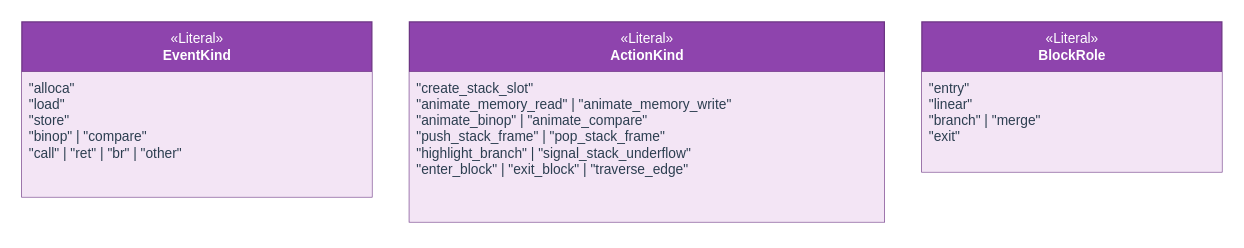
ahmedzubair16dec/LLVManim keeps this draw.io diagram as page "04a Literal Types" (2 of 5) of images/architecture/04_data_model/04_data_model.drawio. Above is the earlier version. Source tidied: cells renumbered, new cells numbered last; positions are measured from the earlier drawing's top-left corner, leaving out a move shared by most shapes. Both pictures are drawn from the tidied source at 125%, with x=0, y=0 at pixel (21, 21).
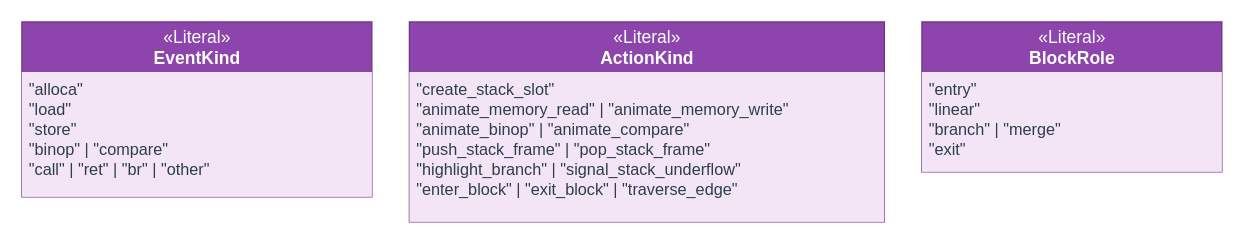
After the change.

Diff of the diagram source:
```diff
@@
 <mxGraphModel>
   <root>
     <mxCell id="0" />
     <mxCell id="1" parent="0" />
-    <mxCell id="2" value="«Literal»&lt;br&gt;&lt;b&gt;EventKind&lt;/b&gt;" style="swimlane;fontStyle=0;align=center;startSize=40;fillColor=#8e44ad;swimlaneLine=1;html=1;strokeColor=#6c3483;fontColor=#FFFFFF;fontFamily=Helvetica;fontSize=11;rounded=0;" parent="1" vertex="1">
+    <mxCell id="2" value="«Literal»&lt;br&gt;&lt;b&gt;EventKind&lt;/b&gt;" style="swimlane;fontStyle=0;align=center;startSize=40;fillColor=#8e44ad;swimlaneLine=1;html=1;strokeColor=#6c3483;fontColor=#FFFFFF;fontFamily=Helvetica;fontSize=14;rounded=0;" parent="1" vertex="1">
       <mxGeometry width="280" height="140" as="geometry" />
     </mxCell>
-    <mxCell id="3" value="&quot;alloca&quot;&#10;&quot;load&quot;&#10;&quot;store&quot;&#10;&quot;binop&quot; | &quot;compare&quot;&#10;&quot;call&quot; | &quot;ret&quot; | &quot;br&quot; | &quot;other&quot;" style="text;fillColor=#f3e5f5;strokeColor=none;align=left;verticalAlign=top;spacingLeft=4;spacingRight=4;overflow=hidden;fontFamily=Helvetica;fontSize=11;fontColor=#2c3e50;" parent="2" vertex="1">
+    <mxCell id="3" value="&quot;alloca&quot;&#10;&quot;load&quot;&#10;&quot;store&quot;&#10;&quot;binop&quot; | &quot;compare&quot;&#10;&quot;call&quot; | &quot;ret&quot; | &quot;br&quot; | &quot;other&quot;" style="text;fillColor=#f3e5f5;strokeColor=none;align=left;verticalAlign=top;spacingLeft=4;spacingRight=4;overflow=hidden;fontFamily=Helvetica;fontSize=13;fontColor=#2c3e50;" parent="2" vertex="1">
       <mxGeometry y="40" width="280" height="100" as="geometry" />
     </mxCell>
-    <mxCell id="4" value="«Literal»&lt;br&gt;&lt;b&gt;ActionKind&lt;/b&gt;" style="swimlane;fontStyle=0;align=center;startSize=40;fillColor=#8e44ad;swimlaneLine=1;html=1;strokeColor=#6c3483;fontColor=#FFFFFF;fontFamily=Helvetica;fontSize=11;rounded=0;" parent="1" vertex="1">
+    <mxCell id="4" value="«Literal»&lt;br&gt;&lt;b&gt;ActionKind&lt;/b&gt;" style="swimlane;fontStyle=0;align=center;startSize=40;fillColor=#8e44ad;swimlaneLine=1;html=1;strokeColor=#6c3483;fontColor=#FFFFFF;fontFamily=Helvetica;fontSize=14;rounded=0;" parent="1" vertex="1">
       <mxGeometry x="310" width="380" height="160" as="geometry" />
     </mxCell>
-    <mxCell id="5" value="&quot;create_stack_slot&quot;&#10;&quot;animate_memory_read&quot; | &quot;animate_memory_write&quot;&#10;&quot;animate_binop&quot; | &quot;animate_compare&quot;&#10;&quot;push_stack_frame&quot; | &quot;pop_stack_frame&quot;&#10;&quot;highlight_branch&quot; | &quot;signal_stack_underflow&quot;&#10;&quot;enter_block&quot; | &quot;exit_block&quot; | &quot;traverse_edge&quot;" style="text;fillColor=#f3e5f5;strokeColor=none;align=left;verticalAlign=top;spacingLeft=4;spacingRight=4;overflow=hidden;fontFamily=Helvetica;fontSize=11;fontColor=#2c3e50;" parent="4" vertex="1">
+    <mxCell id="5" value="&quot;create_stack_slot&quot;&#10;&quot;animate_memory_read&quot; | &quot;animate_memory_write&quot;&#10;&quot;animate_binop&quot; | &quot;animate_compare&quot;&#10;&quot;push_stack_frame&quot; | &quot;pop_stack_frame&quot;&#10;&quot;highlight_branch&quot; | &quot;signal_stack_underflow&quot;&#10;&quot;enter_block&quot; | &quot;exit_block&quot; | &quot;traverse_edge&quot;" style="text;fillColor=#f3e5f5;strokeColor=none;align=left;verticalAlign=top;spacingLeft=4;spacingRight=4;overflow=hidden;fontFamily=Helvetica;fontSize=13;fontColor=#2c3e50;" parent="4" vertex="1">
       <mxGeometry y="40" width="380" height="120" as="geometry" />
     </mxCell>
-    <mxCell id="6" value="«Literal»&lt;br&gt;&lt;b&gt;BlockRole&lt;/b&gt;" style="swimlane;fontStyle=0;align=center;startSize=40;fillColor=#8e44ad;swimlaneLine=1;html=1;strokeColor=#6c3483;fontColor=#FFFFFF;fontFamily=Helvetica;fontSize=11;rounded=0;" parent="1" vertex="1">
+    <mxCell id="6" value="«Literal»&lt;br&gt;&lt;b&gt;BlockRole&lt;/b&gt;" style="swimlane;fontStyle=0;align=center;startSize=40;fillColor=#8e44ad;swimlaneLine=1;html=1;strokeColor=#6c3483;fontColor=#FFFFFF;fontFamily=Helvetica;fontSize=14;rounded=0;" parent="1" vertex="1">
       <mxGeometry x="720" width="240" height="120" as="geometry" />
     </mxCell>
-    <mxCell id="7" value="&quot;entry&quot;&#10;&quot;linear&quot;&#10;&quot;branch&quot; | &quot;merge&quot;&#10;&quot;exit&quot;" style="text;fillColor=#f3e5f5;strokeColor=none;align=left;verticalAlign=top;spacingLeft=4;spacingRight=4;overflow=hidden;fontFamily=Helvetica;fontSize=11;fontColor=#2c3e50;" parent="6" vertex="1">
+    <mxCell id="7" value="&quot;entry&quot;&#10;&quot;linear&quot;&#10;&quot;branch&quot; | &quot;merge&quot;&#10;&quot;exit&quot;" style="text;fillColor=#f3e5f5;strokeColor=none;align=left;verticalAlign=top;spacingLeft=4;spacingRight=4;overflow=hidden;fontFamily=Helvetica;fontSize=13;fontColor=#2c3e50;" parent="6" vertex="1">
       <mxGeometry y="40" width="240" height="80" as="geometry" />
     </mxCell>
   </root>
 </mxGraphModel>
```
